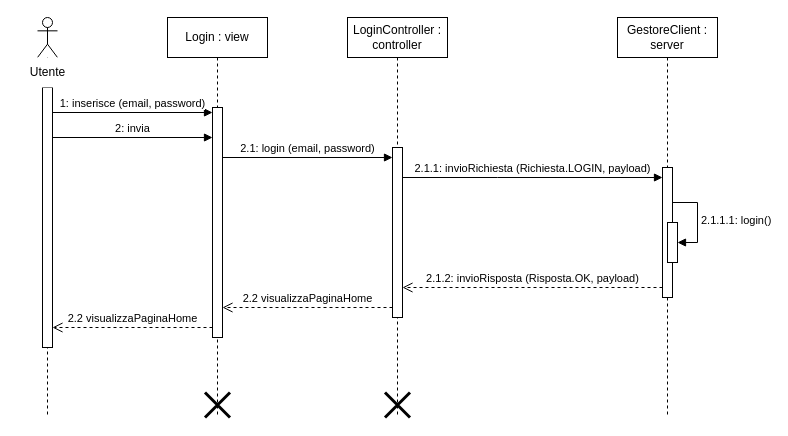
This is documenti/DS-Login.drawio from Chaos-Rat/GAO, a draw.io file, before an edit. Source tidied: cells renumbered, new cells numbered last; positions are measured from the earlier drawing's top-left corner, leaving out a move shared by most shapes. Both pictures are drawn from the tidied source at 100%, with x=0, y=0 at pixel (17, 17).
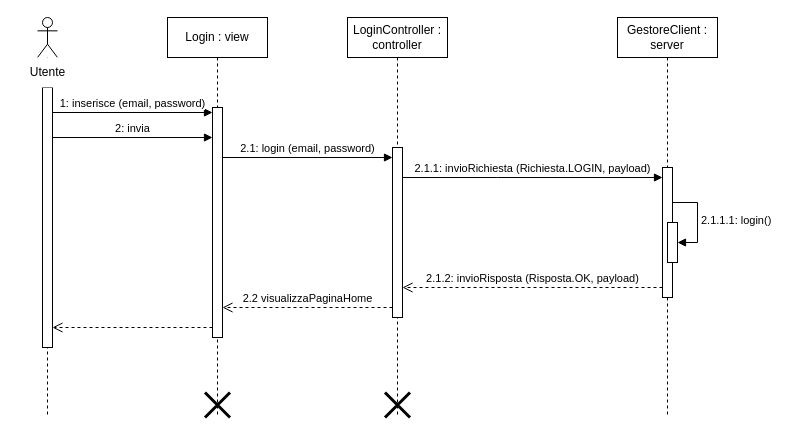
After the change.

Commit message (it also covers changes not shown here):
Aggiornato DAP, fix minori

Fatte delle modifiche al DAP per permettere di avere un'immagine principale per articolo.
Corretto errore nel diagramma di sequenza del login.

The edit, as a diff of the source:
```diff
@@
-    <mxCell id="21" value="2.2 visualizzaPaginaHome" style="html=1;verticalAlign=bottom;endArrow=open;dashed=1;endSize=8;curved=0;rounded=0;" parent="1" edge="1">
+    <mxCell id="21" style="html=1;verticalAlign=bottom;endArrow=open;dashed=1;endSize=8;curved=0;rounded=0;" parent="1" edge="1">
       <mxGeometry relative="1" as="geometry">
         <mxPoint x="195" y="310" as="sourcePoint" />
         <mxPoint x="35" y="310" as="targetPoint" />
       </mxGeometry>
     </mxCell>
```
